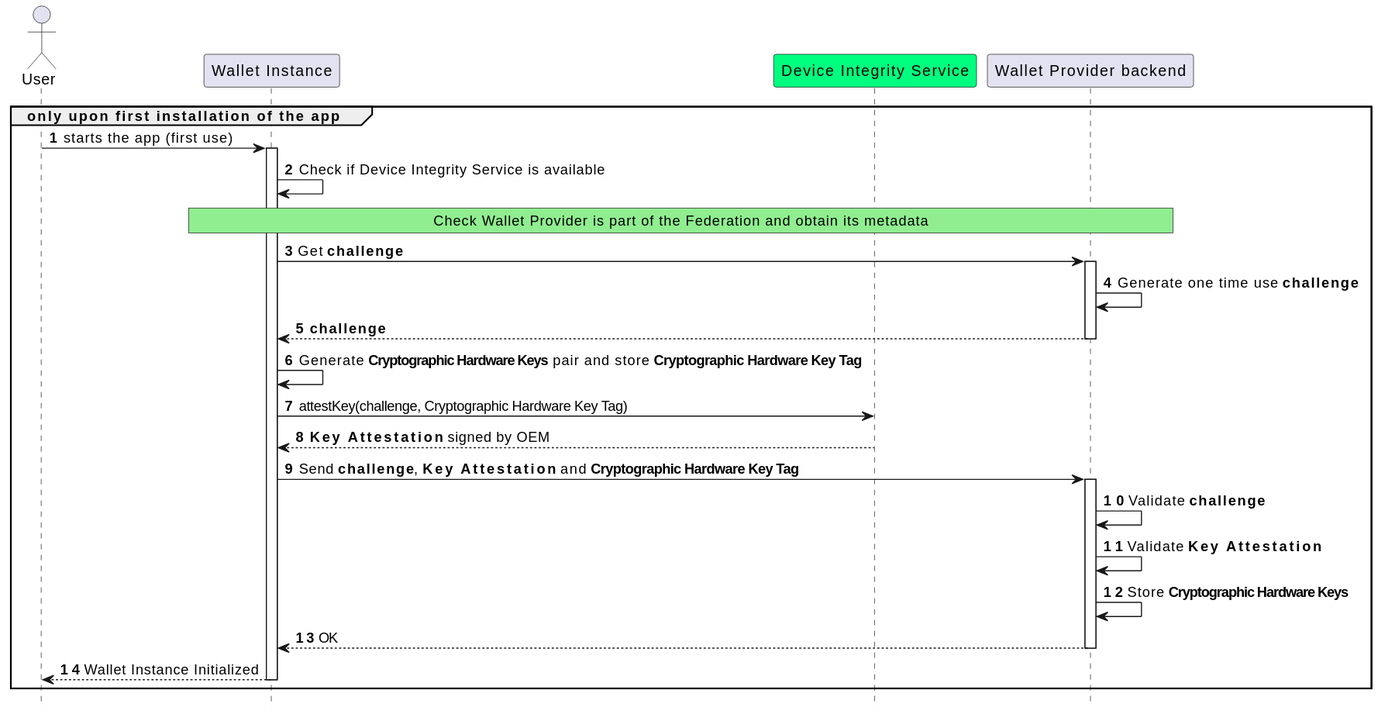
The PlantUML diagram images/wallet_instance_initialization.svg in italia/eudi-wallet-it-docs, before a commit. The source it was exported from:
```plantuml
@startuml
autonumber
hide footbox

actor "User" as user
participant "Wallet Instance" as app
participant "Device Integrity Service" as aats #springgreen
participant "Wallet Provider backend" as bck

group only upon first installation of the app
user->app: starts the app (first use)
activate app
app->app: Check if Device Integrity Service is available

rnote over app,bck #LIGHTGREEN
Check Wallet Provider is part of the Federation and obtain its metadata
endrnote


app->bck: Get **challenge**
activate bck
bck->bck: Generate one time use **challenge**
bck-->app: **challenge**
deactivate bck
app->app: Generate **Wallet Hardware Keys** pair and store **Wallet Hardware Key Tag**
app->aats: attestKey(challenge, Wallet Hardware Key Tag)
aats-->app: **Key Attestation** signed by OEM
app->bck: Send **challenge**, **Key Attestation** and **Wallet Hardware Key Tag**
activate bck
bck->bck: Validate **challenge**
bck->bck: Validate **Key Attestation**
bck->bck: Store **Wallet Hardware Keys**
bck-->app: OK
deactivate bck
app-->user: Wallet Instance Initialized
deactivate app
end
@enduml
```
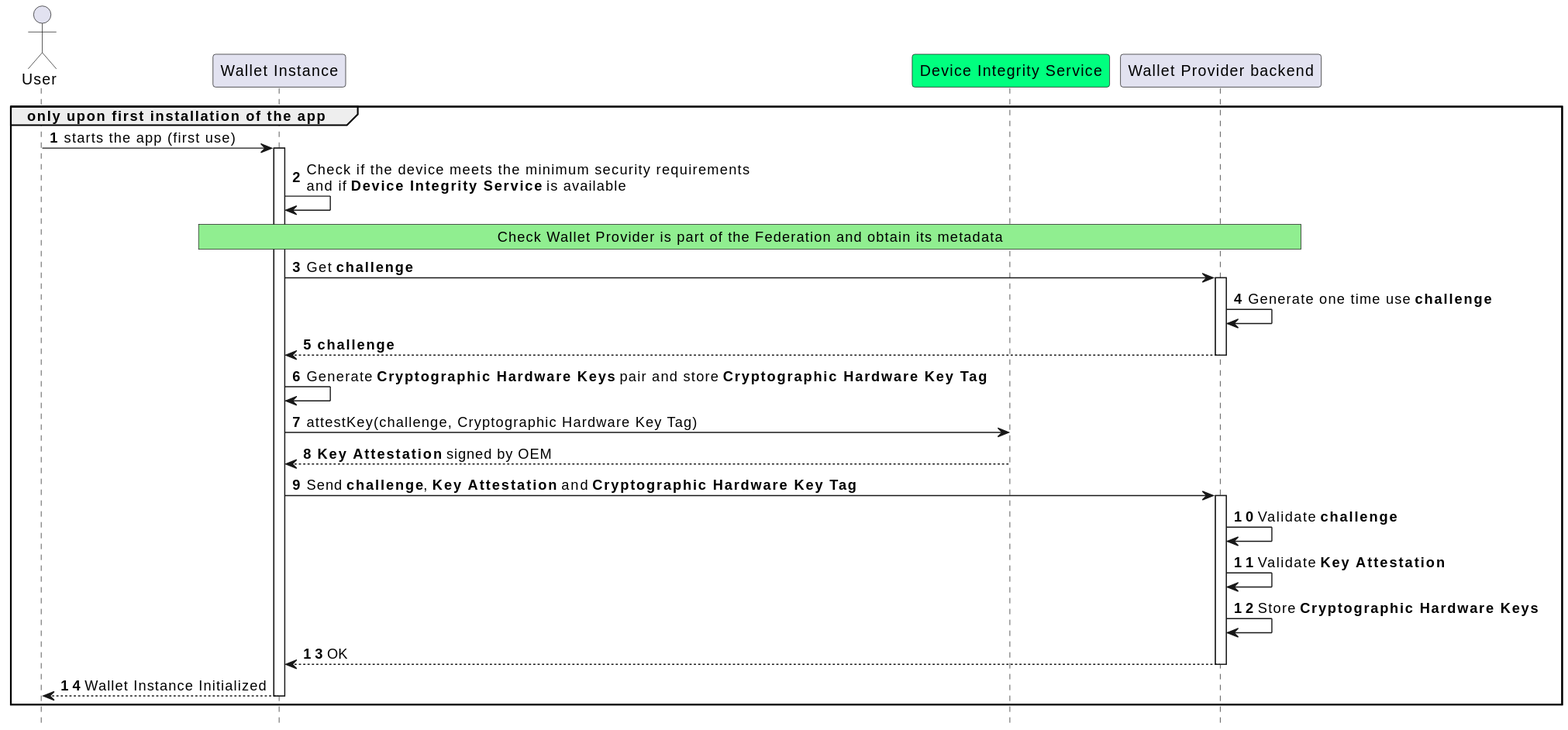
The same file after the commit.

Commit message:
Clarification on step 2

The edit, as a diff of the source:
```diff
@@ -10,7 +10,7 @@
 group only upon first installation of the app
 user->app: starts the app (first use)
 activate app
-app->app: Check if Device Integrity Service is available
+app->app: Check if the device meets the minimum security requirements\nand if **Device Integrity Service** is available
 
 rnote over app,bck #LIGHTGREEN
 Check Wallet Provider is part of the Federation and obtain its metadata
@@ -22,14 +22,14 @@
 bck->bck: Generate one time use **challenge**
 bck-->app: **challenge**
 deactivate bck
-app->app: Generate **Wallet Hardware Keys** pair and store **Wallet Hardware Key Tag**
-app->aats: attestKey(challenge, Wallet Hardware Key Tag)
+app->app: Generate **Cryptographic Hardware Keys** pair and store **Cryptographic Hardware Key Tag**
+app->aats: attestKey(challenge, Cryptographic Hardware Key Tag)
 aats-->app: **Key Attestation** signed by OEM
-app->bck: Send **challenge**, **Key Attestation** and **Wallet Hardware Key Tag**
+app->bck: Send **challenge**, **Key Attestation** and **Cryptographic Hardware Key Tag**
 activate bck
 bck->bck: Validate **challenge**
 bck->bck: Validate **Key Attestation**
-bck->bck: Store **Wallet Hardware Keys**
+bck->bck: Store **Cryptographic Hardware Keys**
 bck-->app: OK
 deactivate bck
 app-->user: Wallet Instance Initialized
```
